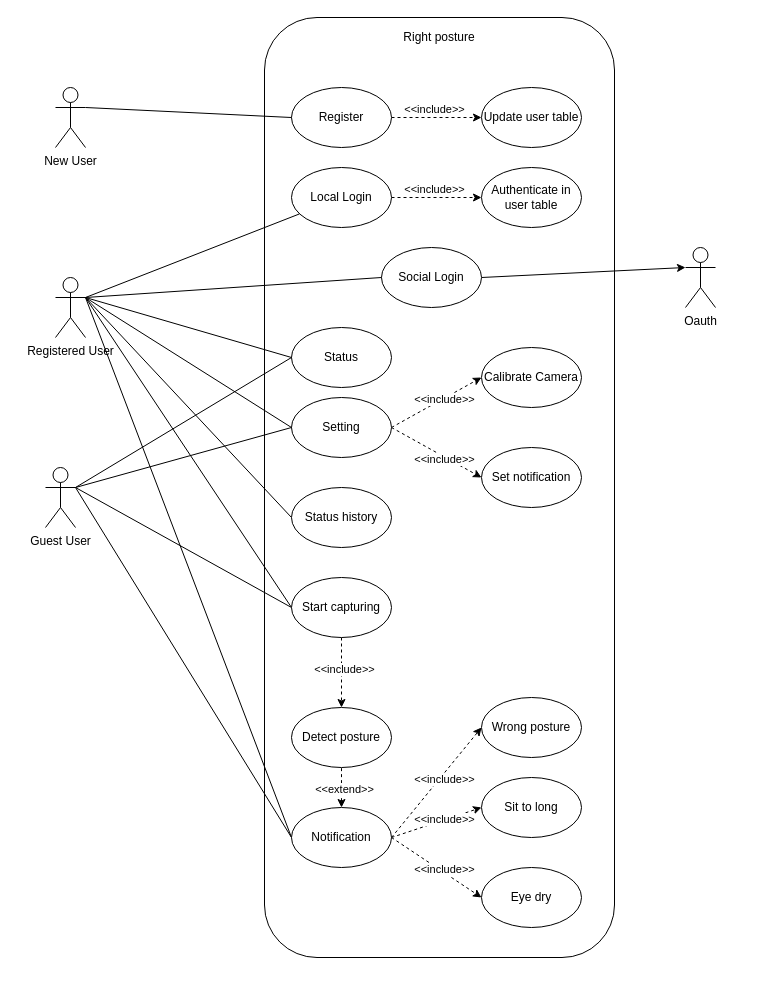
Above: Usecase.drawio in astrrr/Right-posture (draw.io), before the change. Source tidied: cells renumbered, new cells numbered last; positions are measured from the earlier drawing's top-left corner, leaving out a move shared by most shapes. Both pictures are drawn from the tidied source at 100%, with x=0, y=0 at pixel (45, 17).
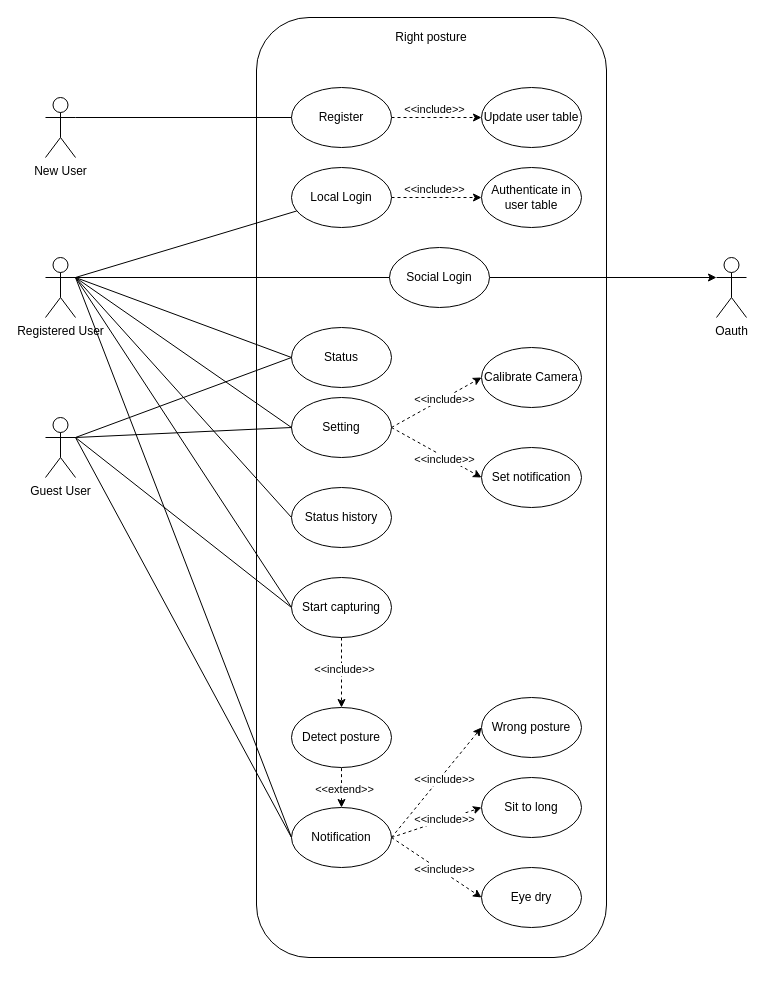
The same diagram, later.

Change to the diagram source:
```diff
@@
     <mxCell id="2" style="whiteSpace=wrap;html=1;rounded=1;imageAspect=1;" parent="1" vertex="1">
-      <mxGeometry x="219" width="350" height="940" as="geometry" />
+      <mxGeometry x="211" width="350" height="940" as="geometry" />
     </mxCell>
@@
     <mxCell id="6" value="Registered User" style="shape=umlActor;verticalLabelPosition=bottom;verticalAlign=top;html=1;outlineConnect=0;" parent="1" vertex="1">
-      <mxGeometry x="10" y="260" width="30" height="60" as="geometry" />
+      <mxGeometry y="240" width="30" height="60" as="geometry" />
     </mxCell>
@@
     <mxCell id="9" value="Right posture" style="text;html=1;strokeColor=none;fillColor=none;align=center;verticalAlign=middle;whiteSpace=wrap;rounded=0;" parent="1" vertex="1">
-      <mxGeometry x="239" y="10" width="310" height="20" as="geometry" />
+      <mxGeometry x="231" y="10" width="310" height="20" as="geometry" />
     </mxCell>
@@
     <mxCell id="24" value="Guest User" style="shape=umlActor;verticalLabelPosition=bottom;verticalAlign=top;html=1;outlineConnect=0;" parent="1" vertex="1">
-      <mxGeometry y="450" width="30" height="60" as="geometry" />
+      <mxGeometry y="400" width="30" height="60" as="geometry" />
     </mxCell>
@@
     <mxCell id="26" value="New User" style="shape=umlActor;verticalLabelPosition=bottom;verticalAlign=top;html=1;outlineConnect=0;" parent="1" vertex="1">
-      <mxGeometry x="10" y="70" width="30" height="60" as="geometry" />
+      <mxGeometry y="80" width="30" height="60" as="geometry" />
     </mxCell>
@@
     <mxCell id="51" value="Oauth" style="shape=umlActor;verticalLabelPosition=bottom;verticalAlign=top;html=1;outlineConnect=0;" parent="1" vertex="1">
-      <mxGeometry x="640" y="230" width="30" height="60" as="geometry" />
+      <mxGeometry x="671" y="240" width="30" height="60" as="geometry" />
     </mxCell>
@@
     <mxCell id="53" value="Social Login" style="ellipse;whiteSpace=wrap;html=1;" parent="1" vertex="1">
-      <mxGeometry x="336" y="230" width="100" height="60" as="geometry" />
+      <mxGeometry x="344" y="230" width="100" height="60" as="geometry" />
     </mxCell>
-    <mxCell id="54" style="rounded=0;jettySize=auto;html=1;entryX=0;entryY=0.5;entryDx=0;entryDy=0;endArrow=none;endFill=0;" parent="1" edge="1" target="53">
-      <mxGeometry relative="1" as="geometry">
-        <mxPoint x="40" y="280" as="sourcePoint" />
-      </mxGeometry>
+    <mxCell id="54" style="rounded=0;jettySize=auto;html=1;entryX=0;entryY=0.5;entryDx=0;entryDy=0;endArrow=none;endFill=0;exitX=1;exitY=0.3333333333333333;exitDx=0;exitDy=0;exitPerimeter=0;" parent="1" edge="1" source="6" target="53">
+      <mxGeometry relative="1" as="geometry" />
     </mxCell>
```
